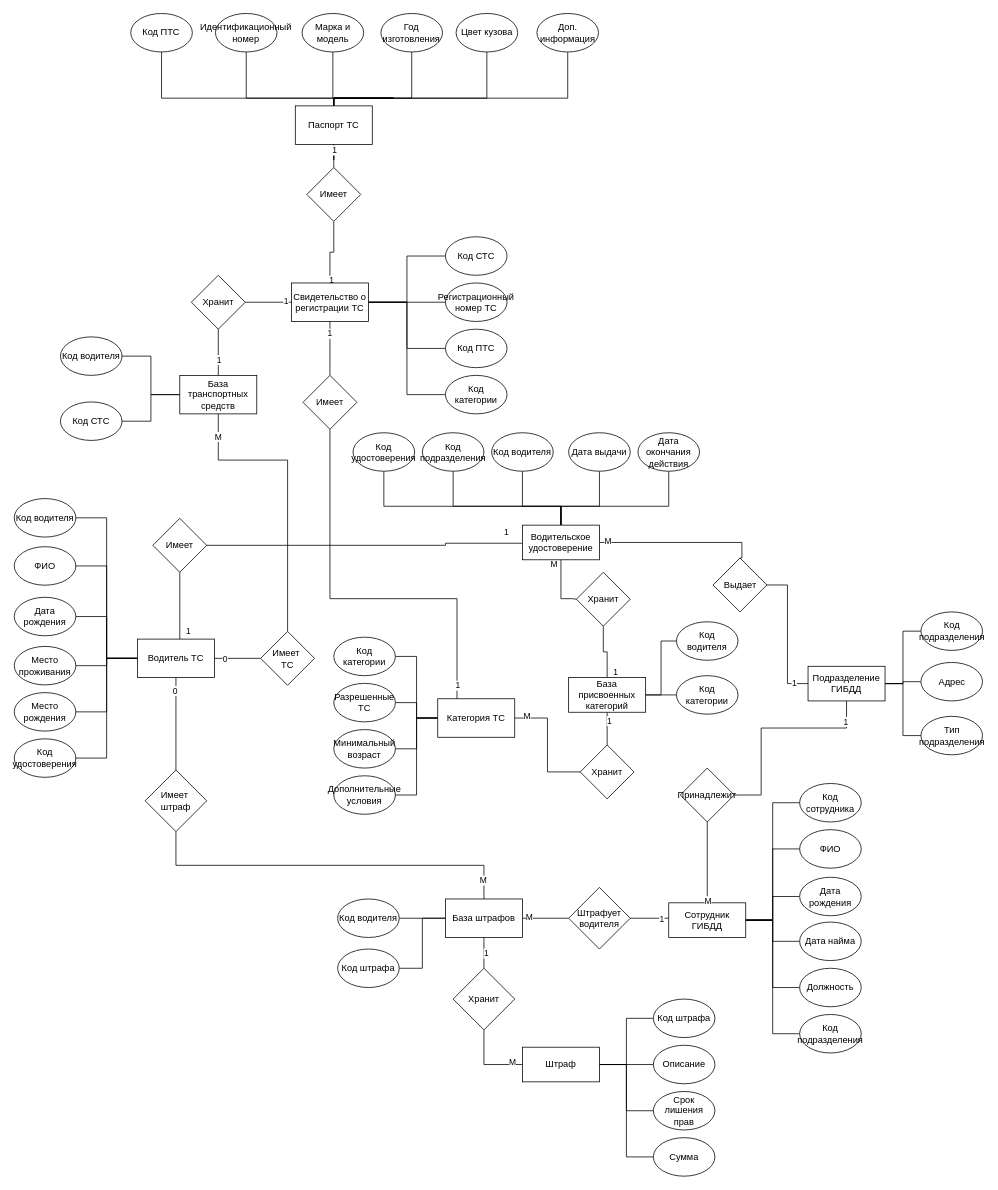
This is RelateModel.drawio from duahifnv/TrafficInspectionApp, a draw.io file, before an edit. Source tidied: cells renumbered, new cells numbered last; positions are measured from the earlier drawing's top-left corner, leaving out a move shared by most shapes. Both pictures are drawn from the tidied source at 77%, with x=0, y=0 at pixel (14, 13).
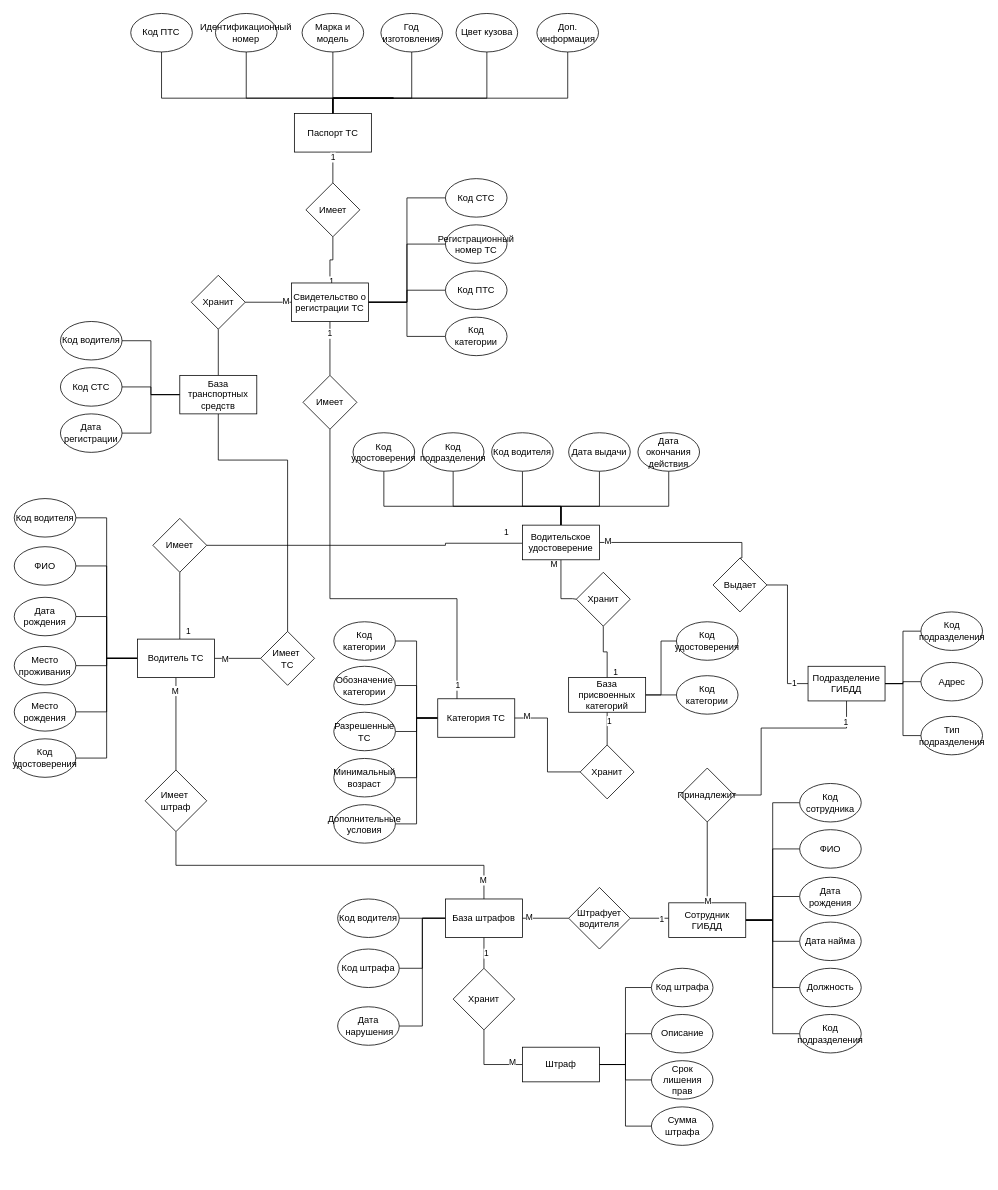
After the change.

The change refers to these unchanged cells:
```xml
<mxCell id="28" style="edgeStyle=orthogonalEdgeStyle;rounded=0;jettySize=auto;html=1;endArrow=none;endFill=0;" parent="1" edge="1" source="32" target="101">
  <mxGeometry relative="1" as="geometry" />
</mxCell>
<mxCell id="30" style="edgeStyle=orthogonalEdgeStyle;rounded=0;jettySize=auto;html=1;entryX=0;entryY=0.5;entryDx=0;entryDy=0;endArrow=none;endFill=0;" parent="1" edge="1" source="32" target="124">
  <mxGeometry relative="1" as="geometry" />
</mxCell>
<mxCell id="44" value="Категория ТС" style="rounded=0;whiteSpace=wrap;html=1;" parent="1" vertex="1">
  <mxGeometry x="550" y="890" width="100" height="50" as="geometry" />
</mxCell>
<mxCell id="85" value="База штрафов" style="rounded=0;whiteSpace=wrap;html=1;" parent="1" vertex="1">
  <mxGeometry x="560" y="1150" width="100" height="50" as="geometry" />
</mxCell>
<mxCell id="122" style="edgeStyle=orthogonalEdgeStyle;rounded=0;jettySize=auto;html=1;entryX=0.5;entryY=1;entryDx=0;entryDy=0;endArrow=none;endFill=0;" parent="1" edge="1" source="124" target="129">
  <mxGeometry relative="1" as="geometry">
    <Array as="points">
      <mxPoint x="355" y="580" />
      <mxPoint x="265" y="580" />
    </Array>
  </mxGeometry>
</mxCell>
<mxCell id="127" style="edgeStyle=orthogonalEdgeStyle;rounded=0;jettySize=auto;html=1;entryX=0.5;entryY=1;entryDx=0;entryDy=0;endArrow=none;endFill=0;" parent="1" edge="1" source="129" target="130">
  <mxGeometry relative="1" as="geometry" />
</mxCell>
<mxCell id="129" value="База транспортных средств" style="rounded=0;whiteSpace=wrap;html=1;" parent="1" vertex="1">
  <mxGeometry x="215" y="470" width="100" height="50" as="geometry" />
</mxCell>
<mxCell id="139" style="edgeStyle=orthogonalEdgeStyle;rounded=0;jettySize=auto;html=1;entryX=0;entryY=0.5;entryDx=0;entryDy=0;endArrow=none;endFill=0;exitX=1;exitY=0.5;exitDx=0;exitDy=0;" parent="1" edge="1" source="130" target="121">
  <mxGeometry relative="1" as="geometry" />
</mxCell>
```

What changed in the source:
```diff
@@
-    <mxCell id="29" value="0" style="edgeLabel;html=1;align=center;verticalAlign=middle;" parent="28" vertex="1">
+    <mxCell id="29" value="M" style="edgeLabel;html=1;align=center;verticalAlign=middle;" parent="28" vertex="1">
       <mxGeometry x="-0.71" y="-2" relative="1" as="geometry" />
     </mxCell>
@@
-    <mxCell id="31" value="0" style="edgeLabel;html=1;align=center;verticalAlign=middle;" parent="30" vertex="1">
+    <mxCell id="31" value="M" style="edgeLabel;html=1;align=center;verticalAlign=middle;" parent="30" vertex="1">
       <mxGeometry x="-0.58" y="-1" relative="1" as="geometry" />
     </mxCell>
@@
+    <mxCell id="161" style="edgeStyle=orthogonalEdgeStyle;rounded=0;jettySize=auto;html=1;entryX=1;entryY=0.5;entryDx=0;entryDy=0;endArrow=none;endFill=0;" parent="1" edge="1" source="44" target="166">
+      <mxGeometry relative="1" as="geometry" />
+    </mxCell>
@@
     <mxCell id="45" value="Код категории" style="ellipse;whiteSpace=wrap;html=1;" parent="1" vertex="1">
-      <mxGeometry x="415" y="810" width="80" height="50" as="geometry" />
+      <mxGeometry x="415" y="790" width="80" height="50" as="geometry" />
     </mxCell>
     <mxCell id="46" value="Разрешенные ТС" style="ellipse;whiteSpace=wrap;html=1;" parent="1" vertex="1">
-      <mxGeometry x="415" y="870" width="80" height="50" as="geometry" />
+      <mxGeometry x="415" y="907.5" width="80" height="50" as="geometry" />
     </mxCell>
     <mxCell id="47" value="Минимальный возраст" style="ellipse;whiteSpace=wrap;html=1;" parent="1" vertex="1">
-      <mxGeometry x="415" y="930" width="80" height="50" as="geometry" />
+      <mxGeometry x="415" y="967.5" width="80" height="50" as="geometry" />
     </mxCell>
     <mxCell id="48" value="Дополнительные условия" style="ellipse;whiteSpace=wrap;html=1;" parent="1" vertex="1">
-      <mxGeometry x="415" y="990" width="80" height="50" as="geometry" />
+      <mxGeometry x="415" y="1027.5" width="80" height="50" as="geometry" />
     </mxCell>
@@
+    <mxCell id="162" style="edgeStyle=orthogonalEdgeStyle;rounded=0;jettySize=auto;html=1;entryX=1;entryY=0.5;entryDx=0;entryDy=0;endArrow=none;endFill=0;" parent="1" edge="1" source="85" target="164">
+      <mxGeometry relative="1" as="geometry" />
+    </mxCell>
@@
     <mxCell id="95" value="Код штрафа" style="ellipse;whiteSpace=wrap;html=1;" parent="1" vertex="1">
-      <mxGeometry x="830" y="1280" width="80" height="50" as="geometry" />
+      <mxGeometry x="827.5" y="1240" width="80" height="50" as="geometry" />
     </mxCell>
-    <mxCell id="96" value="Сумма" style="ellipse;whiteSpace=wrap;html=1;" parent="1" vertex="1">
-      <mxGeometry x="830" y="1460" width="80" height="50" as="geometry" />
+    <mxCell id="96" value="Сумма штрафа" style="ellipse;whiteSpace=wrap;html=1;" parent="1" vertex="1">
+      <mxGeometry x="827.5" y="1420" width="80" height="50" as="geometry" />
     </mxCell>
     <mxCell id="97" value="Срок лишения прав" style="ellipse;whiteSpace=wrap;html=1;" parent="1" vertex="1">
-      <mxGeometry x="830" y="1400" width="80" height="50" as="geometry" />
+      <mxGeometry x="827.5" y="1360" width="80" height="50" as="geometry" />
     </mxCell>
     <mxCell id="98" value="Описание" style="ellipse;whiteSpace=wrap;html=1;" parent="1" vertex="1">
-      <mxGeometry x="830" y="1340" width="80" height="50" as="geometry" />
+      <mxGeometry x="827.5" y="1300" width="80" height="50" as="geometry" />
     </mxCell>
@@
     <mxCell id="112" value="Паспорт ТС" style="rounded=0;whiteSpace=wrap;html=1;" parent="1" vertex="1">
-      <mxGeometry x="365" y="120" width="100" height="50" as="geometry" />
+      <mxGeometry x="363.8" y="130" width="100" height="50" as="geometry" />
     </mxCell>
@@
-    <mxCell id="123" value="M" style="edgeLabel;html=1;align=center;verticalAlign=middle;" parent="122" vertex="1">
-      <mxGeometry x="0.84" y="1" relative="1" as="geometry" />
-    </mxCell>
@@
-    <mxCell id="128" value="1" style="edgeLabel;html=1;align=center;verticalAlign=middle;" parent="127" vertex="1">
-      <mxGeometry x="-0.3" relative="1" as="geometry" />
-    </mxCell>
+    <mxCell id="163" style="edgeStyle=orthogonalEdgeStyle;rounded=0;jettySize=auto;html=1;entryX=1;entryY=0.5;entryDx=0;entryDy=0;endArrow=none;endFill=0;" parent="1" edge="1" source="129" target="165">
+      <mxGeometry relative="1" as="geometry" />
+    </mxCell>
@@
     <mxCell id="131" value="Код водителя" style="ellipse;whiteSpace=wrap;html=1;" parent="1" vertex="1">
-      <mxGeometry x="60" y="420" width="80" height="50" as="geometry" />
+      <mxGeometry x="60" y="400" width="80" height="50" as="geometry" />
     </mxCell>
     <mxCell id="132" value="Код СТС" style="ellipse;whiteSpace=wrap;html=1;" parent="1" vertex="1">
-      <mxGeometry x="60" y="504.5" width="80" height="50" as="geometry" />
+      <mxGeometry x="60" y="460" width="80" height="50" as="geometry" />
     </mxCell>
@@
     <mxCell id="138" value="Имеет" style="rhombus;whiteSpace=wrap;html=1;" parent="1" vertex="1">
-      <mxGeometry x="380" y="200" width="70" height="70" as="geometry" />
+      <mxGeometry x="378.8" y="220" width="70" height="70" as="geometry" />
     </mxCell>
@@
-    <mxCell id="140" value="1" style="edgeLabel;html=1;align=center;verticalAlign=middle;" parent="139" vertex="1">
+    <mxCell id="140" value="M" style="edgeLabel;html=1;align=center;verticalAlign=middle;" parent="139" vertex="1">
       <mxGeometry x="0.73" y="2" relative="1" as="geometry" />
     </mxCell>
     <mxCell id="141" value="Код СТС" style="ellipse;whiteSpace=wrap;html=1;" parent="1" vertex="1">
-      <mxGeometry x="560" y="290" width="80" height="50" as="geometry" />
+      <mxGeometry x="560" y="214.5" width="80" height="50" as="geometry" />
     </mxCell>
     <mxCell id="142" value="Регистрационный номер ТС" style="ellipse;whiteSpace=wrap;html=1;" parent="1" vertex="1">
-      <mxGeometry x="560" y="350" width="80" height="50" as="geometry" />
+      <mxGeometry x="560" y="274.5" width="80" height="50" as="geometry" />
     </mxCell>
     <mxCell id="143" value="Код ПТС" style="ellipse;whiteSpace=wrap;html=1;" parent="1" vertex="1">
-      <mxGeometry x="560" y="410" width="80" height="50" as="geometry" />
+      <mxGeometry x="560" y="334.4" width="80" height="50" as="geometry" />
     </mxCell>
@@
-    <mxCell id="158" value="Код&lt;div&gt;водителя&lt;/div&gt;" style="ellipse;whiteSpace=wrap;html=1;" parent="1" vertex="1">
+    <mxCell id="158" value="Код&lt;div&gt;удостоверения&lt;/div&gt;" style="ellipse;whiteSpace=wrap;html=1;" parent="1" vertex="1">
       <mxGeometry x="860" y="790" width="80" height="50" as="geometry" />
     </mxCell>
@@
     <mxCell id="160" value="Код категории" style="ellipse;whiteSpace=wrap;html=1;" parent="1" vertex="1">
-      <mxGeometry x="560" y="470" width="80" height="50" as="geometry" />
+      <mxGeometry x="560" y="394.4" width="80" height="50" as="geometry" />
     </mxCell>
+    <mxCell id="164" value="Дата&lt;div&gt;&amp;nbsp;нарушения&lt;/div&gt;" style="ellipse;whiteSpace=wrap;html=1;" parent="1" vertex="1">
+      <mxGeometry x="420" y="1290" width="80" height="50" as="geometry" />
+    </mxCell>
+    <mxCell id="165" value="Дата регистрации" style="ellipse;whiteSpace=wrap;html=1;" parent="1" vertex="1">
+      <mxGeometry x="60" y="520" width="80" height="50" as="geometry" />
+    </mxCell>
+    <mxCell id="166" value="Обозначение категории" style="ellipse;whiteSpace=wrap;html=1;" parent="1" vertex="1">
+      <mxGeometry x="415" y="847.8" width="80" height="50" as="geometry" />
+    </mxCell>
```
